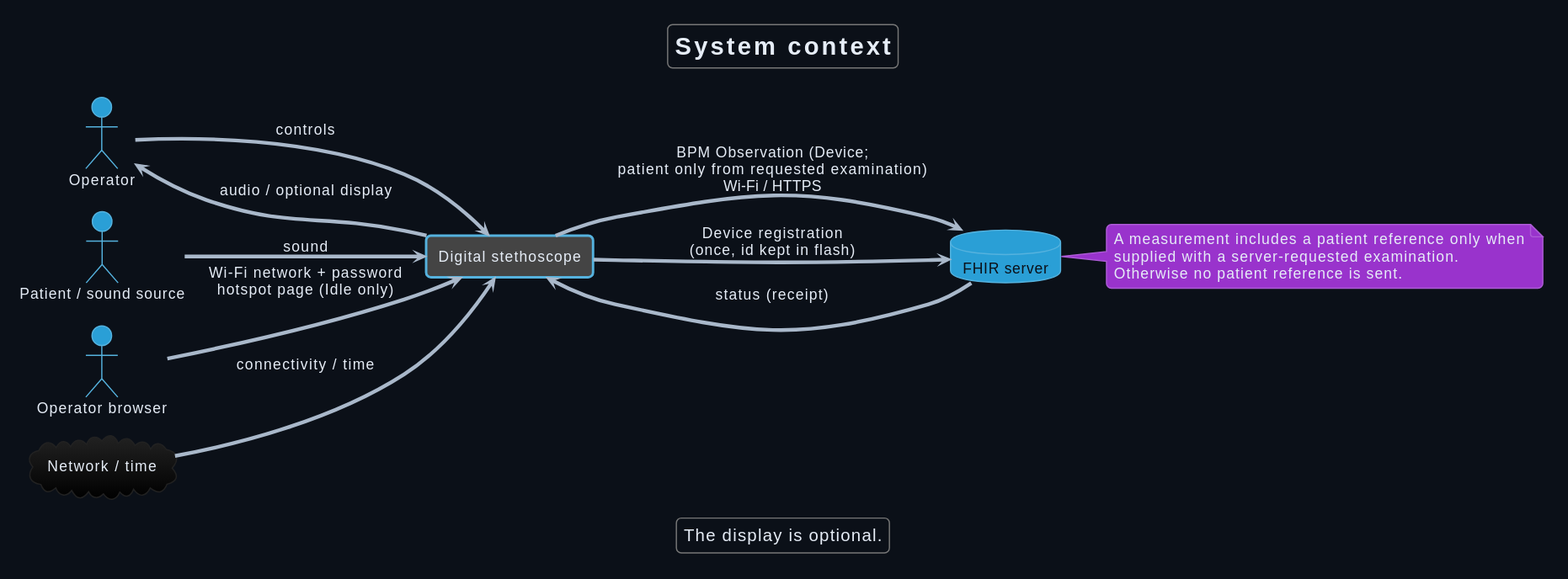
Above: Development/system/architecture/system/rendered/system_context.svg in DemonicPsychoII/DigitalStethoscope (PlantUML), before the change.
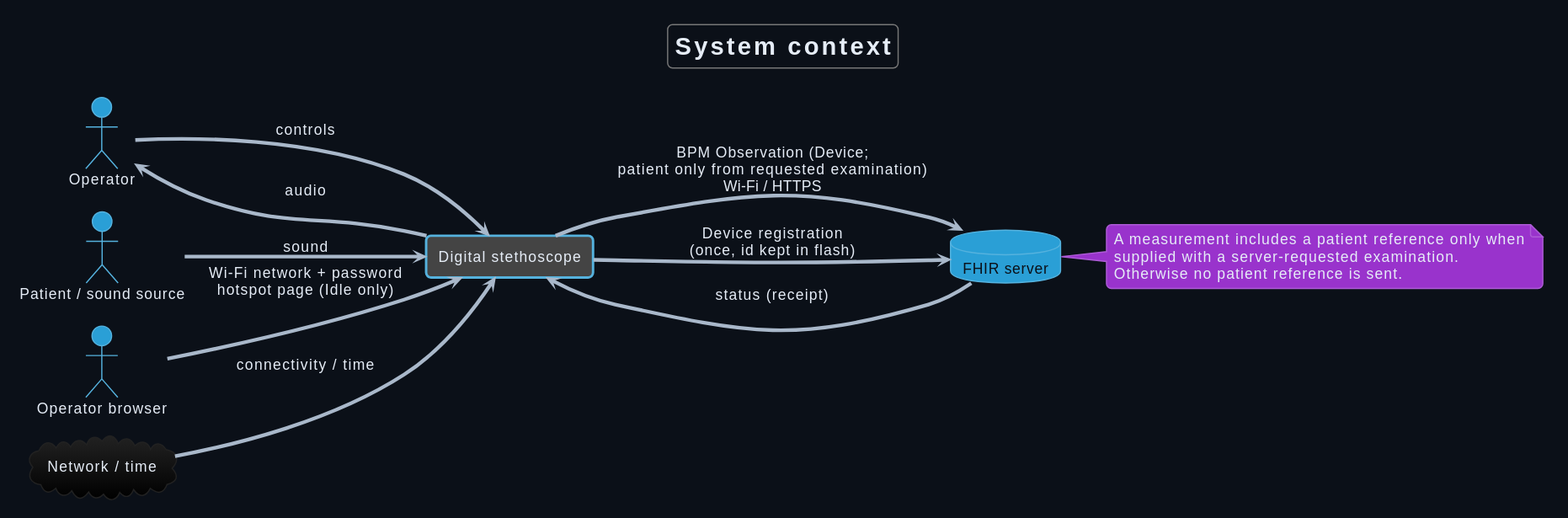
After the commit.

The edit, as a diff of the source:
```diff
@@ -30,15 +30,12 @@
 cloud "Network / time" as net
 source --> device : sound
 operator --> device : controls
-device --> operator : audio / optional display
+device --> operator : audio
 device --> fhir : BPM Observation (Device;\npatient only from requested examination)\nWi-Fi / HTTPS
 fhir --> device : status (receipt)
 net --> device : connectivity / time
 phone --> device : Wi-Fi network + password\nhotspot page (Idle only)
 device --> fhir : Device registration\n(once, id kept in flash)
-legend bottom
-  The display is optional.
-endlegend
 note right of fhir
 A measurement includes a patient reference only when
 supplied with a server-requested examination.
```
